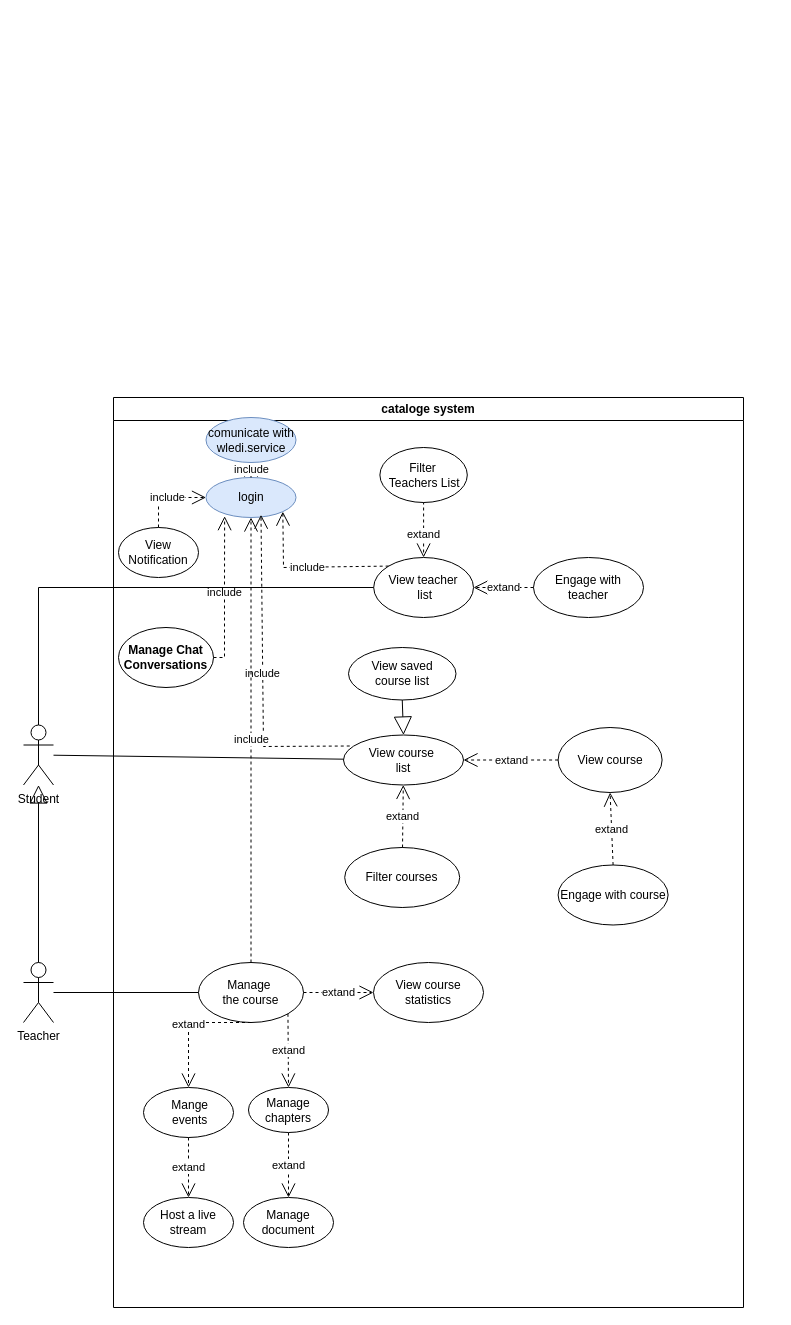
Above: use_case_catalog.drawio in faresUnderScore999/test1.0 (draw.io), before the change. Source tidied: cells renumbered, new cells numbered last; positions are measured from the earlier drawing's top-left corner, leaving out a move shared by most shapes. Both pictures are drawn from the tidied source at 100%, with x=0, y=0 at pixel (23, 397).
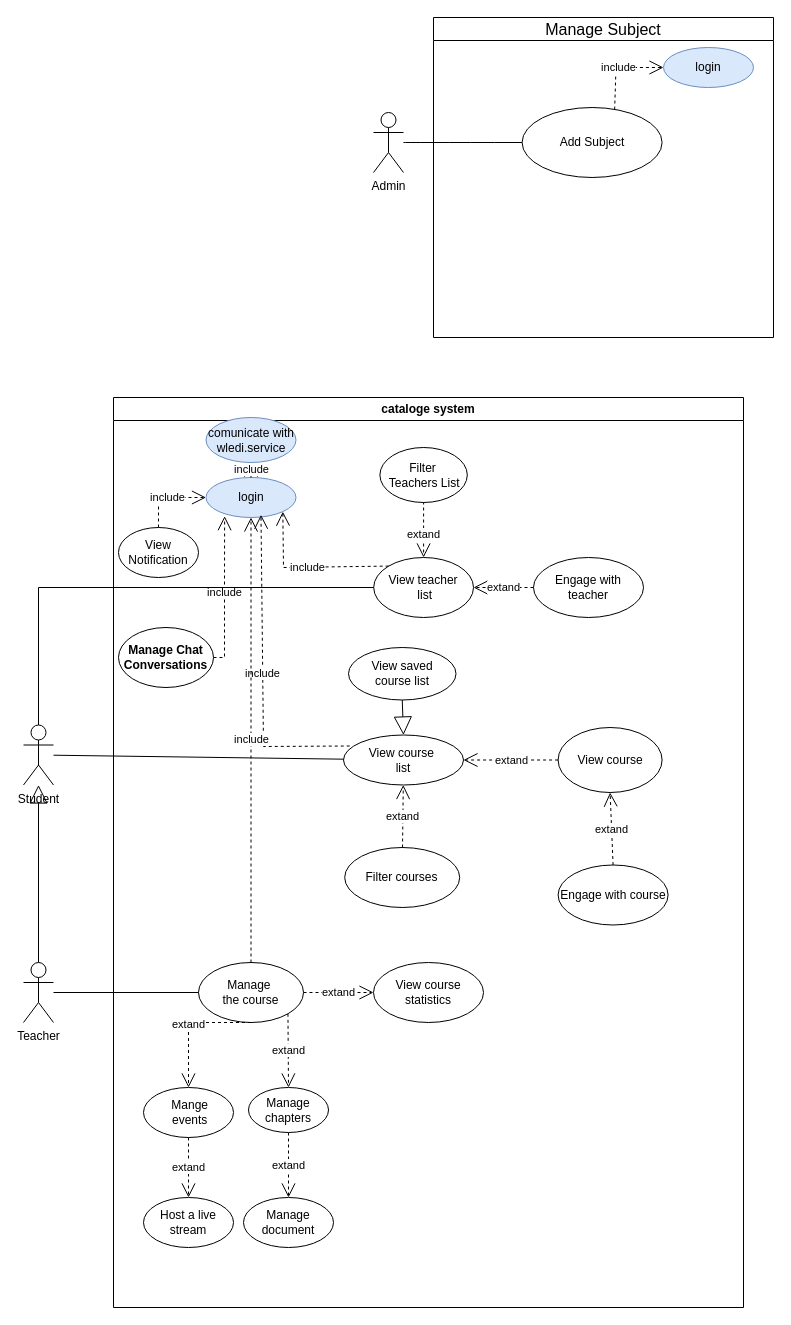
The same page after the edit.

Commit message:
Mettre à jour use_case_catalog.drawio

What changed in the source:
```diff
@@
+    <mxCell id="45" value="&lt;span style=&quot;font-size: 16px; font-weight: 400;&quot;&gt;Manage Subject&lt;/span&gt;" style="swimlane;whiteSpace=wrap;html=1;" parent="1" vertex="1">
+      <mxGeometry x="410" y="-380" width="340" height="320" as="geometry" />
+    </mxCell>
+    <mxCell id="46" value="Add Subject" style="ellipse;whiteSpace=wrap;html=1;" parent="45" vertex="1">
+      <mxGeometry x="88.6" y="90" width="140" height="70" as="geometry" />
+    </mxCell>
+    <mxCell id="47" value="login" style="ellipse;whiteSpace=wrap;html=1;fillColor=#dae8fc;strokeColor=#6c8ebf;" parent="45" vertex="1">
+      <mxGeometry x="230" y="30" width="90" height="40" as="geometry" />
+    </mxCell>
+    <mxCell id="48" value="include" style="endArrow=open;endSize=12;dashed=1;html=1;rounded=0;exitX=0.661;exitY=0.029;exitDx=0;exitDy=0;entryX=0;entryY=0.5;entryDx=0;entryDy=0;exitPerimeter=0;" parent="45" edge="1" source="46" target="47">
+      <mxGeometry relative="1" as="geometry">
+        <Array as="points">
+          <mxPoint x="182.5" y="50" />
+        </Array>
+      </mxGeometry>
+    </mxCell>
+    <mxCell id="49" value="Admin" style="shape=umlActor;verticalLabelPosition=bottom;verticalAlign=top;html=1;" parent="1" vertex="1">
+      <mxGeometry x="350" y="-285" width="30" height="60" as="geometry" />
+    </mxCell>
+    <mxCell id="50" style="endArrow=none;html=1;rounded=0;fontSize=12;startSize=8;endSize=8;curved=1;entryX=0;entryY=0.5;entryDx=0;entryDy=0;" parent="1" edge="1" source="49" target="46">
+      <mxGeometry relative="1" as="geometry" />
+    </mxCell>
```
